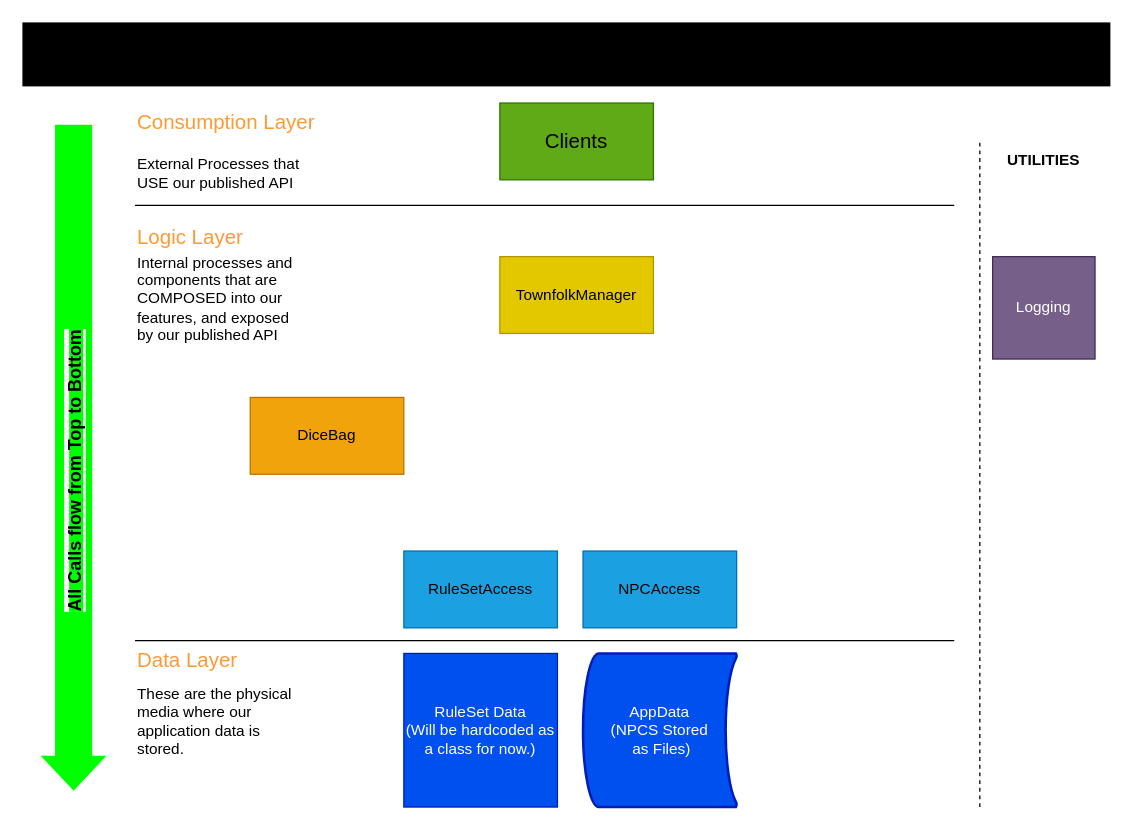
The draw.io diagram doc/images/TownsfolkGen_StaticArch.drawio in ThatDeveloperDad/GM_Tools, before the edit. Source tidied: cells renumbered, new cells numbered last; positions are measured from the earlier drawing's top-left corner, leaving out a move shared by most shapes. Both pictures are drawn from the tidied source at 128%, with x=0, y=0 at pixel (22, 22).
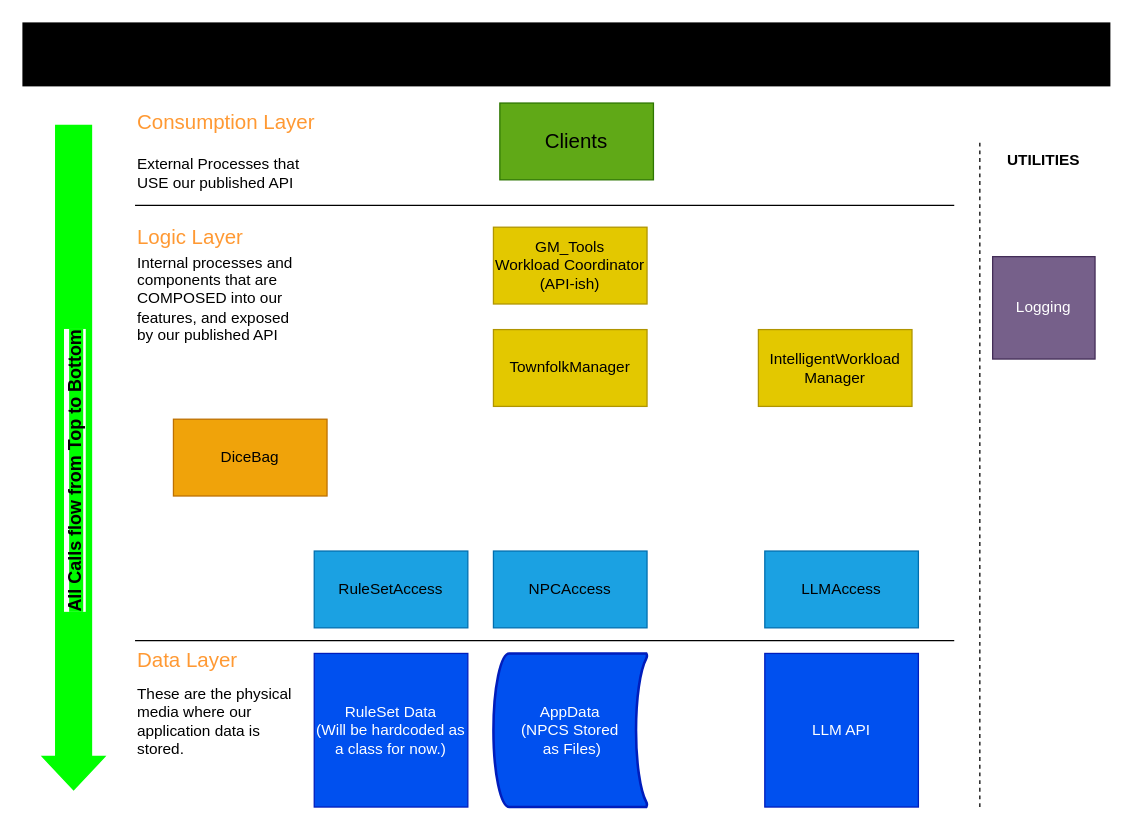
The same diagram, later.

Diff of the diagram source:
```diff
@@
     <mxCell id="5" value="&lt;font color=&quot;#000000&quot;&gt;RuleSetAccess&lt;/font&gt;" style="rounded=0;whiteSpace=wrap;html=1;fillColor=#1ba1e2;fontColor=#ffffff;strokeColor=#006EAF;" parent="1" vertex="1">
-      <mxGeometry x="298" y="413" width="120" height="60" as="geometry" />
+      <mxGeometry x="228" y="413" width="120" height="60" as="geometry" />
     </mxCell>
     <mxCell id="6" value="&lt;font color=&quot;#000000&quot;&gt;NPCAccess&lt;/font&gt;" style="rounded=0;whiteSpace=wrap;html=1;fillColor=#1ba1e2;fontColor=#ffffff;strokeColor=#006EAF;" parent="1" vertex="1">
-      <mxGeometry x="438" y="413" width="120" height="60" as="geometry" />
+      <mxGeometry x="368" y="413" width="120" height="60" as="geometry" />
     </mxCell>
     <mxCell id="7" value="RuleSet Data&lt;br&gt;(Will be hardcoded as a class for now.)" style="rounded=0;whiteSpace=wrap;html=1;fillColor=#0050ef;fontColor=#ffffff;strokeColor=#001DBC;" parent="1" vertex="1">
-      <mxGeometry x="298" y="493" width="120" height="120" as="geometry" />
+      <mxGeometry x="228" y="493" width="120" height="120" as="geometry" />
     </mxCell>
     <mxCell id="8" value="AppData&lt;div&gt;(NPCS Stored&lt;br&gt;&amp;nbsp;as Files)&lt;/div&gt;" style="strokeWidth=2;html=1;shape=mxgraph.flowchart.stored_data;whiteSpace=wrap;fillColor=#0050ef;fontColor=#ffffff;strokeColor=#001DBC;" parent="1" vertex="1">
-      <mxGeometry x="438" y="493" width="120" height="120" as="geometry" />
+      <mxGeometry x="368" y="493" width="120" height="120" as="geometry" />
     </mxCell>
     <mxCell id="9" value="TownfolkManager" style="rounded=0;whiteSpace=wrap;html=1;fillColor=#e3c800;fontColor=#000000;strokeColor=#B09500;" parent="1" vertex="1">
-      <mxGeometry x="373" y="183" width="120" height="60" as="geometry" />
+      <mxGeometry x="368" y="240" width="120" height="60" as="geometry" />
     </mxCell>
     <mxCell id="10" value="DiceBag" style="rounded=0;whiteSpace=wrap;html=1;fillColor=#f0a30a;fontColor=#000000;strokeColor=#BD7000;" parent="1" vertex="1">
-      <mxGeometry x="178" y="293" width="120" height="60" as="geometry" />
+      <mxGeometry x="118" y="310" width="120" height="60" as="geometry" />
     </mxCell>
@@
+    <mxCell id="23" value="&lt;font color=&quot;#000000&quot;&gt;LLMAccess&lt;/font&gt;" style="rounded=0;whiteSpace=wrap;html=1;fillColor=#1ba1e2;fontColor=#ffffff;strokeColor=#006EAF;" parent="1" vertex="1">
+      <mxGeometry x="580" y="413" width="120" height="60" as="geometry" />
+    </mxCell>
+    <mxCell id="24" value="IntelligentWorkload Manager" style="rounded=0;whiteSpace=wrap;html=1;fillColor=#e3c800;fontColor=#000000;strokeColor=#B09500;" parent="1" vertex="1">
+      <mxGeometry x="575" y="240" width="120" height="60" as="geometry" />
+    </mxCell>
+    <mxCell id="25" value="LLM API" style="rounded=0;whiteSpace=wrap;html=1;fillColor=#0050ef;fontColor=#ffffff;strokeColor=#001DBC;" parent="1" vertex="1">
+      <mxGeometry x="580" y="493" width="120" height="120" as="geometry" />
+    </mxCell>
+    <mxCell id="26" value="GM_Tools&lt;br&gt;Workload Coordinator&lt;div&gt;(API-ish)&lt;/div&gt;" style="rounded=0;whiteSpace=wrap;html=1;fillColor=#e3c800;fontColor=#000000;strokeColor=#B09500;" parent="1" vertex="1">
+      <mxGeometry x="368" y="160" width="120" height="60" as="geometry" />
+    </mxCell>
```
